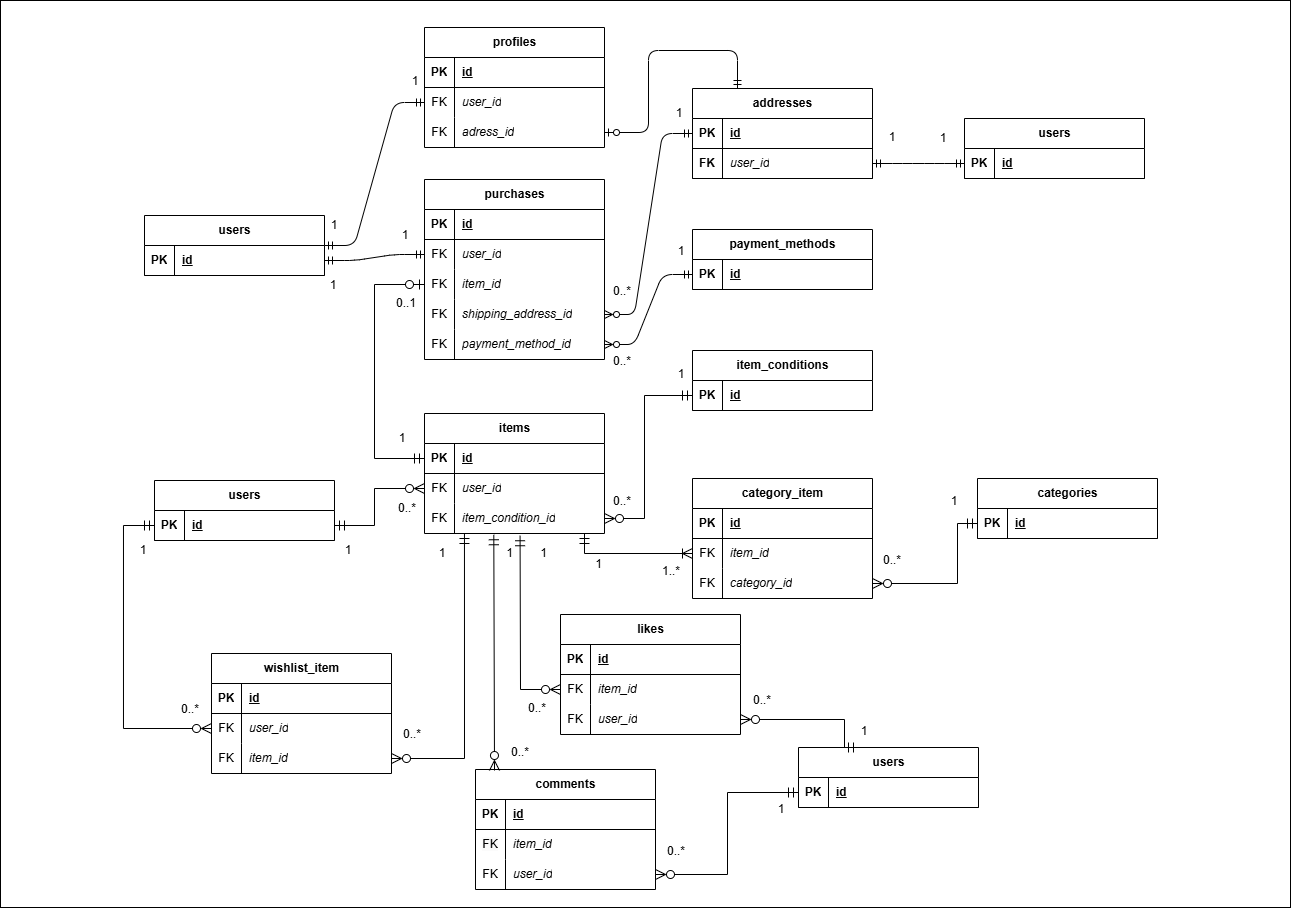
This is src/docs/exports/er/ER-core_v1.png from to-4/ct-flea-market, a draw.io export, as it was before one commit. Source tidied: cells renumbered, new cells last; positions are measured from the earlier drawing's top-left corner, leaving out a move shared by most shapes.
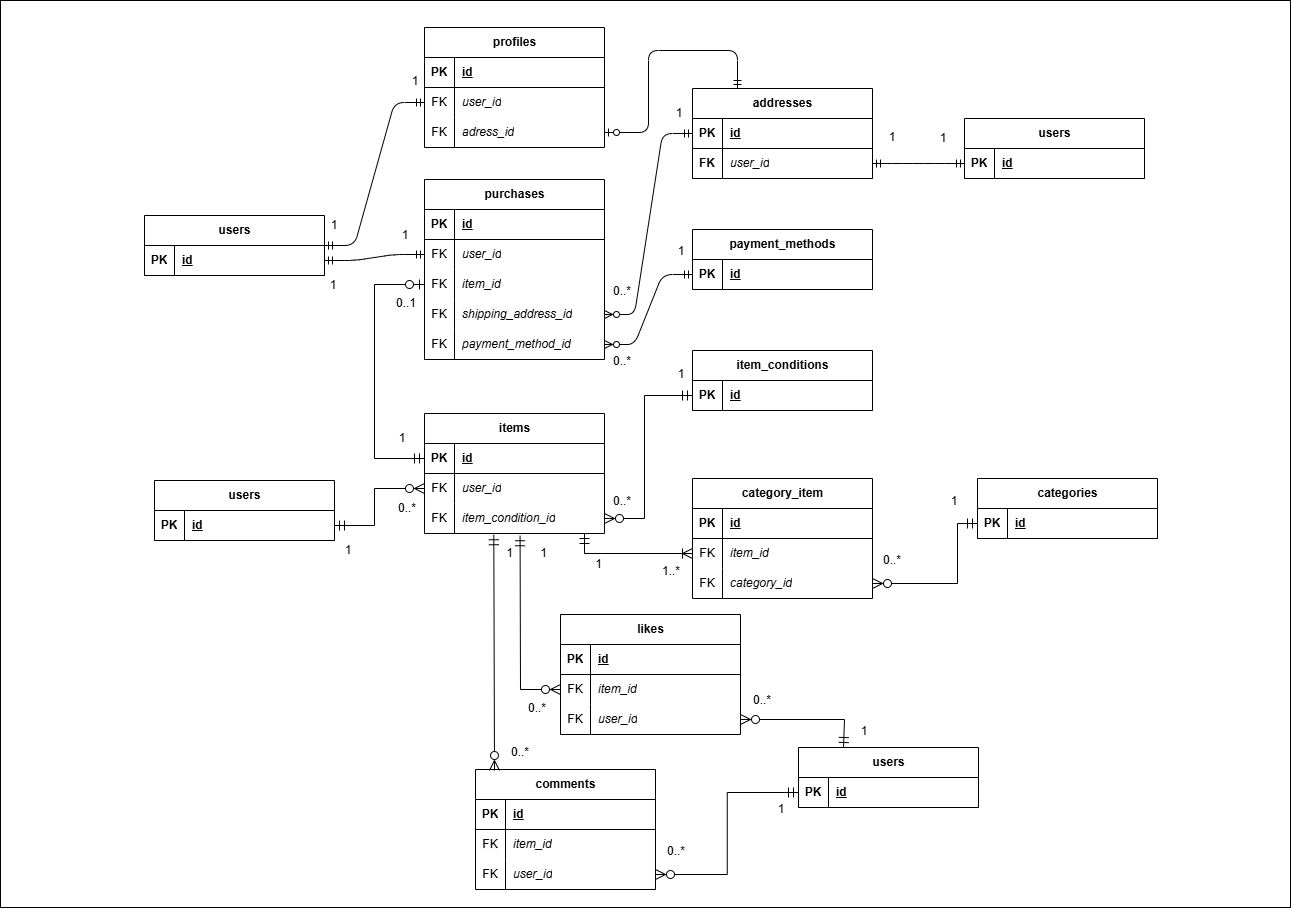
The same diagram one commit later.

Change to the diagram source:
```diff
@@ -170,36 +170,6 @@
     <mxCell id="57" value="id" style="shape=partialRectangle;fillColor=none;top=0;left=0;bottom=0;right=0;align=left;spacingLeft=6;fontStyle=5;overflow=hidden;whiteSpace=wrap;html=1;" parent="55" vertex="1">
       <mxGeometry x="30" width="150" height="30" as="geometry" />
     </mxCell>
-    <mxCell id="58" value="wishlist_item" style="shape=table;startSize=30;rowLines=0;fontStyle=1;align=center;html=1;" parent="1" vertex="1">
-      <mxGeometry x="211" y="653" width="180" height="120" as="geometry" />
-    </mxCell>
-    <mxCell id="59" style="shape=tableRow;horizontal=0;startSize=0;swimlaneHead=0;swimlaneBody=0;fillColor=none;top=0;left=0;right=0;bottom=1;" parent="58" vertex="1">
-      <mxGeometry y="30" width="180" height="30" as="geometry" />
-    </mxCell>
-    <mxCell id="60" value="PK" style="shape=partialRectangle;fillColor=none;top=0;left=0;bottom=0;right=0;fontStyle=1;overflow=hidden;whiteSpace=wrap;html=1;" parent="59" vertex="1">
-      <mxGeometry width="30" height="30" as="geometry" />
-    </mxCell>
-    <mxCell id="61" value="id" style="shape=partialRectangle;fillColor=none;top=0;left=0;bottom=0;right=0;align=left;spacingLeft=6;fontStyle=5;overflow=hidden;whiteSpace=wrap;html=1;" parent="59" vertex="1">
-      <mxGeometry x="30" width="150" height="30" as="geometry" />
-    </mxCell>
-    <mxCell id="62" style="shape=tableRow;horizontal=0;startSize=0;swimlaneHead=0;swimlaneBody=0;fillColor=none;points=[[0,0.5],[1,0.5]];portConstraint=eastwest;top=0;left=0;right=0;bottom=0;" parent="58" vertex="1">
-      <mxGeometry y="60" width="180" height="30" as="geometry" />
-    </mxCell>
-    <mxCell id="63" value="FK" style="shape=partialRectangle;fillColor=none;top=0;left=0;bottom=0;right=0;overflow=hidden;whiteSpace=wrap;html=1;" parent="62" vertex="1">
-      <mxGeometry width="30" height="30" as="geometry" />
-    </mxCell>
-    <mxCell id="64" value="&lt;i&gt;user_id&lt;/i&gt;" style="shape=partialRectangle;fillColor=none;top=0;left=0;bottom=0;right=0;align=left;spacingLeft=6;overflow=hidden;whiteSpace=wrap;html=1;" parent="62" vertex="1">
-      <mxGeometry x="30" width="150" height="30" as="geometry" />
-    </mxCell>
-    <mxCell id="65" style="shape=tableRow;horizontal=0;startSize=0;swimlaneHead=0;swimlaneBody=0;fillColor=none;points=[[0,0.5],[1,0.5]];portConstraint=eastwest;top=0;left=0;right=0;bottom=0;" parent="58" vertex="1">
-      <mxGeometry y="90" width="180" height="30" as="geometry" />
-    </mxCell>
-    <mxCell id="66" value="FK" style="shape=partialRectangle;fillColor=none;top=0;left=0;bottom=0;right=0;overflow=hidden;whiteSpace=wrap;html=1;" parent="65" vertex="1">
-      <mxGeometry width="30" height="30" as="geometry" />
-    </mxCell>
-    <mxCell id="67" value="&lt;i&gt;item_id&lt;/i&gt;" style="shape=partialRectangle;fillColor=none;top=0;left=0;bottom=0;right=0;align=left;spacingLeft=6;overflow=hidden;whiteSpace=wrap;html=1;" parent="65" vertex="1">
-      <mxGeometry x="30" width="150" height="30" as="geometry" />
-    </mxCell>
     <mxCell id="68" value="comments" style="shape=table;startSize=30;rowLines=0;fontStyle=1;align=center;html=1;" parent="1" vertex="1">
       <mxGeometry x="475" y="769" width="180" height="120" as="geometry" />
     </mxCell>
@@ -368,21 +338,6 @@
         </Array>
       </mxGeometry>
     </mxCell>
-    <mxCell id="107" style="edgeStyle=elbowEdgeStyle;elbow=horizontal;endArrow=ERzeroToMany;html=1;curved=0;rounded=0;endSize=8;startSize=8;entryX=0;entryY=0.5;entryDx=0;entryDy=0;exitX=0;exitY=0.5;exitDx=0;exitDy=0;startArrow=ERmandOne;startFill=0;endFill=0;" parent="1" edge="1" source="55" target="62">
-      <mxGeometry relative="1" as="geometry">
-        <Array as="points">
-          <mxPoint x="123" y="650.3" />
-        </Array>
-      </mxGeometry>
-    </mxCell>
-    <mxCell id="108" style="edgeStyle=elbowEdgeStyle;elbow=horizontal;endArrow=ERzeroToMany;html=1;curved=0;rounded=0;endSize=8;startSize=8;entryX=1;entryY=0.5;entryDx=0;entryDy=0;exitX=0.222;exitY=-0.025;exitDx=0;exitDy=0;startArrow=ERmandOne;startFill=0;endFill=0;exitPerimeter=0;" parent="1" edge="1" target="65">
-      <mxGeometry relative="1" as="geometry">
-        <mxPoint x="464" y="533" as="sourcePoint" />
-        <Array as="points">
-          <mxPoint x="464" y="890.3" />
-        </Array>
-      </mxGeometry>
-    </mxCell>
     <mxCell id="109" style="elbow=horizontal;endArrow=ERzeroToMany;html=1;rounded=0;endSize=8;startSize=8;startArrow=ERmandOne;startFill=0;endFill=0;exitX=0.385;exitY=1.042;exitDx=0;exitDy=0;exitPerimeter=0;" parent="1" edge="1" source="47">
       <mxGeometry relative="1" as="geometry">
         <mxPoint x="494" y="770" as="targetPoint" />
@@ -463,9 +418,6 @@
     <mxCell id="130" value="1" style="text;html=1;align=center;verticalAlign=middle;whiteSpace=wrap;rounded=0;" parent="1" vertex="1">
       <mxGeometry x="495" y="543" width="29" height="20" as="geometry" />
     </mxCell>
-    <mxCell id="131" value="1" style="text;html=1;align=center;verticalAlign=middle;whiteSpace=wrap;rounded=0;" parent="1" vertex="1">
-      <mxGeometry x="422" y="543" width="40" height="20" as="geometry" />
-    </mxCell>
     <mxCell id="132" value="1" style="text;html=1;align=center;verticalAlign=middle;whiteSpace=wrap;rounded=0;" parent="1" vertex="1">
       <mxGeometry x="771" y="799" width="20" height="20" as="geometry" />
     </mxCell>
@@ -481,12 +433,6 @@
     <mxCell id="136" value="0..*" style="text;html=1;align=center;verticalAlign=middle;whiteSpace=wrap;rounded=0;" parent="1" vertex="1">
       <mxGeometry x="500" y="740" width="40" height="24" as="geometry" />
     </mxCell>
-    <mxCell id="137" value="0..*" style="text;html=1;align=center;verticalAlign=middle;whiteSpace=wrap;rounded=0;" parent="1" vertex="1">
-      <mxGeometry x="392" y="716" width="40" height="35" as="geometry" />
-    </mxCell>
-    <mxCell id="138" value="0..*" style="text;html=1;align=center;verticalAlign=middle;whiteSpace=wrap;rounded=0;" parent="1" vertex="1">
-      <mxGeometry x="170" y="691" width="40" height="35" as="geometry" />
-    </mxCell>
     <mxCell id="139" value="1..*" style="text;html=1;align=center;verticalAlign=middle;whiteSpace=wrap;rounded=0;" parent="1" vertex="1">
       <mxGeometry x="651" y="561" width="40" height="20" as="geometry" />
     </mxCell>
@@ -502,9 +448,6 @@
     <mxCell id="143" value="1" style="text;html=1;align=center;verticalAlign=middle;whiteSpace=wrap;rounded=0;" parent="1" vertex="1">
       <mxGeometry x="328" y="540" width="40" height="20" as="geometry" />
     </mxCell>
-    <mxCell id="144" value="1" style="text;html=1;align=center;verticalAlign=middle;whiteSpace=wrap;rounded=0;" parent="1" vertex="1">
-      <mxGeometry x="123" y="540" width="40" height="20" as="geometry" />
-    </mxCell>
     <mxCell id="145" style="edgeStyle=orthogonalEdgeStyle;fontSize=12;html=1;endArrow=ERmandOne;endFill=0;entryX=0.25;entryY=0;entryDx=0;entryDy=0;startArrow=ERzeroToOne;startFill=0;exitX=1;exitY=0.5;exitDx=0;exitDy=0;" parent="1" edge="1" source="10" target="17">
       <mxGeometry relative="1" as="geometry">
         <Array as="points">
```
